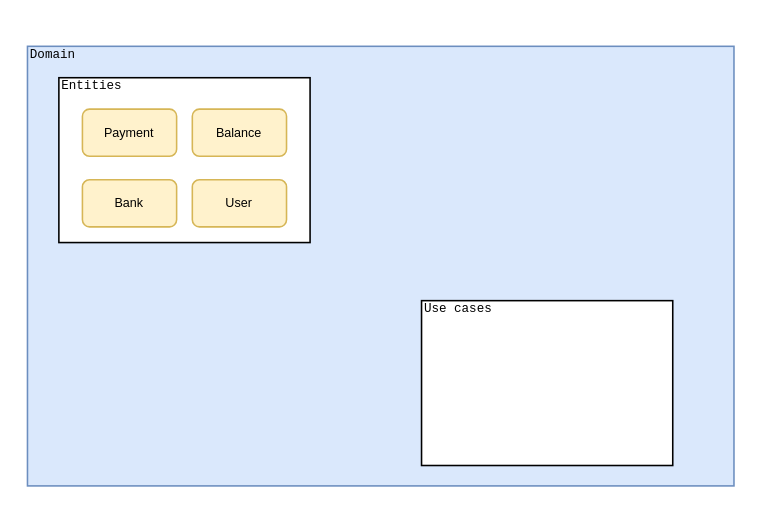
acmesquita/nookmoney keeps this draw.io diagram as nookmoney.drawio. Above is the earlier version. Source tidied: cells renumbered, new cells numbered last; positions are measured from the earlier drawing's top-left corner, leaving out a move shared by most shapes. Both pictures are drawn from the tidied source at 157%, with x=0, y=0 at pixel (27, 46).
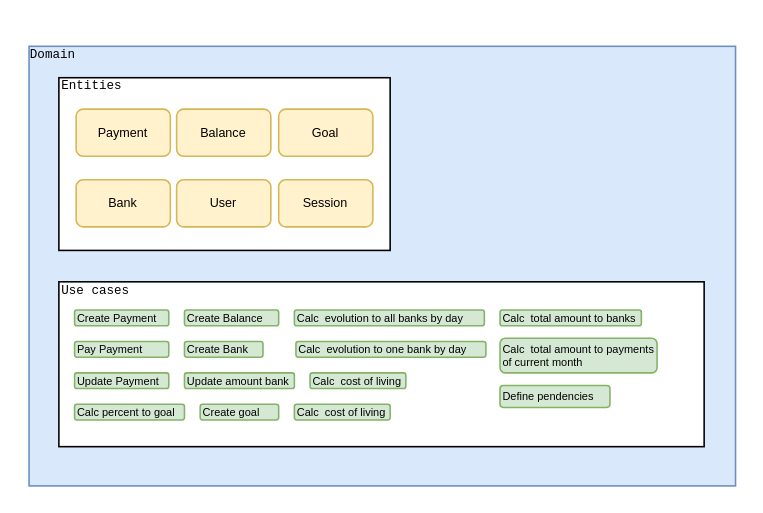
The same page after the edit.

Commit message:
update use cases

What changed in the source:
```diff
@@
     <mxCell id="2" value="&lt;pre style=&quot;line-height: 0%;&quot;&gt;&lt;br&gt;&lt;/pre&gt;&lt;pre style=&quot;line-height: 0%;&quot;&gt;&lt;br&gt;&lt;/pre&gt;" style="rounded=0;whiteSpace=wrap;html=1;fillColor=#dae8fc;strokeColor=#6c8ebf;align=left;" parent="1" vertex="1">
-      <mxGeometry width="450" height="280" as="geometry" />
+      <mxGeometry x="1" width="450" height="280" as="geometry" />
     </mxCell>
     <mxCell id="3" style="rounded=0;whiteSpace=wrap;html=1;fontSize=8;" parent="1" vertex="1">
-      <mxGeometry x="20" y="20" width="160" height="105" as="geometry" />
+      <mxGeometry x="20" y="20" width="211" height="110" as="geometry" />
     </mxCell>
     <mxCell id="4" value="&lt;pre&gt;&lt;font style=&quot;font-size: 8px;&quot;&gt;Domain&lt;/font&gt;&lt;/pre&gt;" style="text;html=1;strokeColor=none;fillColor=none;align=left;verticalAlign=middle;whiteSpace=wrap;rounded=0;fontSize=11;" parent="1" vertex="1">
-      <mxGeometry width="40" height="10" as="geometry" />
+      <mxGeometry width="451" height="10" as="geometry" />
     </mxCell>
     <mxCell id="5" value="Payment" style="rounded=1;whiteSpace=wrap;html=1;fontSize=8;fillColor=#fff2cc;strokeColor=#d6b656;" parent="1" vertex="1">
-      <mxGeometry x="35" y="40" width="60" height="30" as="geometry" />
+      <mxGeometry x="31" y="40" width="60" height="30" as="geometry" />
     </mxCell>
     <mxCell id="6" value="Balance" style="rounded=1;whiteSpace=wrap;html=1;fontSize=8;fillColor=#fff2cc;strokeColor=#d6b656;" parent="1" vertex="1">
-      <mxGeometry x="105" y="40" width="60" height="30" as="geometry" />
+      <mxGeometry x="95" y="40" width="60" height="30" as="geometry" />
     </mxCell>
     <mxCell id="7" value="Bank" style="rounded=1;whiteSpace=wrap;html=1;fontSize=8;fillColor=#fff2cc;strokeColor=#d6b656;" parent="1" vertex="1">
-      <mxGeometry x="35" y="85" width="60" height="30" as="geometry" />
+      <mxGeometry x="31" y="85" width="60" height="30" as="geometry" />
     </mxCell>
     <mxCell id="8" value="User" style="rounded=1;whiteSpace=wrap;html=1;fontSize=8;fillColor=#fff2cc;strokeColor=#d6b656;" parent="1" vertex="1">
-      <mxGeometry x="105" y="85" width="60" height="30" as="geometry" />
+      <mxGeometry x="95" y="85" width="60" height="30" as="geometry" />
     </mxCell>
     <mxCell id="9" value="&lt;pre&gt;&lt;span style=&quot;font-size: 8px;&quot;&gt;Entities&lt;/span&gt;&lt;/pre&gt;" style="text;html=1;strokeColor=none;fillColor=none;align=left;verticalAlign=middle;whiteSpace=wrap;rounded=0;fontSize=11;" parent="1" vertex="1">
-      <mxGeometry x="20" y="20" width="40" height="10" as="geometry" />
+      <mxGeometry x="20" y="20" width="161" height="10" as="geometry" />
     </mxCell>
     <mxCell id="10" style="rounded=0;whiteSpace=wrap;html=1;fontSize=8;" parent="1" vertex="1">
-      <mxGeometry x="251" y="162" width="160" height="105" as="geometry" />
+      <mxGeometry x="20" y="150" width="411" height="105" as="geometry" />
     </mxCell>
     <mxCell id="11" value="&lt;pre&gt;&lt;span style=&quot;font-size: 8px;&quot;&gt;Use cases&lt;/span&gt;&lt;/pre&gt;" style="text;html=1;strokeColor=none;fillColor=none;align=left;verticalAlign=middle;whiteSpace=wrap;rounded=0;fontSize=11;" parent="1" vertex="1">
-      <mxGeometry x="251" y="162" width="160" height="10" as="geometry" />
+      <mxGeometry x="20" y="150" width="160" height="10" as="geometry" />
     </mxCell>
+    <mxCell id="12" value="&lt;font style=&quot;font-size: 7px;&quot;&gt;Create Payment&lt;/font&gt;" style="rounded=1;whiteSpace=wrap;html=1;fillColor=#d5e8d4;strokeColor=#82b366;align=left;gradientColor=none;strokeWidth=1;spacing=2;spacingTop=-3;" parent="1" vertex="1">
+      <mxGeometry x="30" y="168" width="60" height="10" as="geometry" />
+    </mxCell>
+    <mxCell id="13" value="&lt;font style=&quot;font-size: 7px;&quot;&gt;Pay Payment&lt;/font&gt;" style="rounded=1;whiteSpace=wrap;html=1;fillColor=#d5e8d4;strokeColor=#82b366;align=left;gradientColor=none;strokeWidth=1;spacing=2;spacingTop=-3;" parent="1" vertex="1">
+      <mxGeometry x="30" y="188" width="60" height="10" as="geometry" />
+    </mxCell>
+    <mxCell id="14" value="&lt;font style=&quot;font-size: 7px;&quot;&gt;Update Payment&lt;/font&gt;" style="rounded=1;whiteSpace=wrap;html=1;fillColor=#d5e8d4;strokeColor=#82b366;align=left;gradientColor=none;strokeWidth=1;spacing=2;spacingTop=-3;" parent="1" vertex="1">
+      <mxGeometry x="30" y="208" width="60" height="10" as="geometry" />
+    </mxCell>
+    <mxCell id="15" value="&lt;font style=&quot;font-size: 7px;&quot;&gt;Create Balance&lt;/font&gt;" style="rounded=1;whiteSpace=wrap;html=1;fillColor=#d5e8d4;strokeColor=#82b366;align=left;gradientColor=none;strokeWidth=1;spacing=2;spacingTop=-3;" parent="1" vertex="1">
+      <mxGeometry x="100" y="168" width="60" height="10" as="geometry" />
+    </mxCell>
+    <mxCell id="16" value="&lt;font style=&quot;font-size: 7px;&quot;&gt;Create Bank&lt;/font&gt;" style="rounded=1;whiteSpace=wrap;html=1;fillColor=#d5e8d4;strokeColor=#82b366;align=left;gradientColor=none;strokeWidth=1;spacing=2;spacingTop=-3;" parent="1" vertex="1">
+      <mxGeometry x="100" y="188" width="50" height="10" as="geometry" />
+    </mxCell>
+    <mxCell id="17" value="&lt;font style=&quot;font-size: 7px;&quot;&gt;Update amount bank&lt;/font&gt;" style="rounded=1;whiteSpace=wrap;html=1;fillColor=#d5e8d4;strokeColor=#82b366;align=left;gradientColor=none;strokeWidth=1;spacing=2;spacingTop=-3;" parent="1" vertex="1">
+      <mxGeometry x="100" y="208" width="70" height="10" as="geometry" />
+    </mxCell>
+    <mxCell id="18" value="&lt;span style=&quot;font-size: 7px;&quot;&gt;Create goal&lt;/span&gt;" style="rounded=1;whiteSpace=wrap;html=1;fillColor=#d5e8d4;strokeColor=#82b366;align=left;gradientColor=none;strokeWidth=1;spacing=2;spacingTop=-3;" parent="1" vertex="1">
+      <mxGeometry x="110" y="228" width="50" height="10" as="geometry" />
+    </mxCell>
+    <mxCell id="19" value="Session" style="rounded=1;whiteSpace=wrap;html=1;fontSize=8;fillColor=#fff2cc;strokeColor=#d6b656;" parent="1" vertex="1">
+      <mxGeometry x="160" y="85" width="60" height="30" as="geometry" />
+    </mxCell>
+    <mxCell id="20" value="Goal" style="rounded=1;whiteSpace=wrap;html=1;fontSize=8;fillColor=#fff2cc;strokeColor=#d6b656;" parent="1" vertex="1">
+      <mxGeometry x="160" y="40" width="60" height="30" as="geometry" />
+    </mxCell>
+    <mxCell id="21" value="&lt;span style=&quot;font-size: 7px;&quot;&gt;Calc percent to goal&lt;/span&gt;" style="rounded=1;whiteSpace=wrap;html=1;fillColor=#d5e8d4;strokeColor=#82b366;align=left;gradientColor=none;strokeWidth=1;spacing=2;spacingTop=-3;" parent="1" vertex="1">
+      <mxGeometry x="30" y="228" width="70" height="10" as="geometry" />
+    </mxCell>
+    <mxCell id="22" value="&lt;span style=&quot;font-size: 7px;&quot;&gt;Calc&amp;nbsp; evolution to all banks by day&lt;/span&gt;" style="rounded=1;whiteSpace=wrap;html=1;fillColor=#d5e8d4;strokeColor=#82b366;align=left;gradientColor=none;strokeWidth=1;spacing=2;spacingTop=-3;" parent="1" vertex="1">
+      <mxGeometry x="170" y="168" width="121" height="10" as="geometry" />
+    </mxCell>
+    <mxCell id="23" value="&lt;span style=&quot;font-size: 7px;&quot;&gt;Calc&amp;nbsp; evolution to one bank by day&lt;/span&gt;" style="rounded=1;whiteSpace=wrap;html=1;fillColor=#d5e8d4;strokeColor=#82b366;align=left;gradientColor=none;strokeWidth=1;spacing=2;spacingTop=-3;" parent="1" vertex="1">
+      <mxGeometry x="171" y="188" width="121" height="10" as="geometry" />
+    </mxCell>
+    <mxCell id="24" value="&lt;span style=&quot;font-size: 7px;&quot;&gt;Calc&amp;nbsp; cost of living&lt;/span&gt;" style="rounded=1;whiteSpace=wrap;html=1;fillColor=#d5e8d4;strokeColor=#82b366;align=left;gradientColor=none;strokeWidth=1;spacing=2;spacingTop=-3;" parent="1" vertex="1">
+      <mxGeometry x="180" y="208" width="61" height="10" as="geometry" />
+    </mxCell>
+    <mxCell id="25" value="&lt;span style=&quot;font-size: 7px;&quot;&gt;Calc&amp;nbsp; cost of living&lt;/span&gt;" style="rounded=1;whiteSpace=wrap;html=1;fillColor=#d5e8d4;strokeColor=#82b366;align=left;gradientColor=none;strokeWidth=1;spacing=2;spacingTop=-3;" parent="1" vertex="1">
+      <mxGeometry x="170" y="228" width="61" height="10" as="geometry" />
+    </mxCell>
+    <mxCell id="26" value="&lt;span style=&quot;font-size: 7px;&quot;&gt;Calc&amp;nbsp; total amount to banks&lt;/span&gt;" style="rounded=1;whiteSpace=wrap;html=1;fillColor=#d5e8d4;strokeColor=#82b366;align=left;gradientColor=none;strokeWidth=1;spacing=2;spacingTop=-3;" parent="1" vertex="1">
+      <mxGeometry x="301" y="168" width="90" height="10" as="geometry" />
+    </mxCell>
+    <mxCell id="27" value="&lt;p style=&quot;line-height: 50%;&quot;&gt;&lt;span style=&quot;font-size: 7px;&quot;&gt;Calc&amp;nbsp; total amount to payments of current month&lt;/span&gt;&lt;/p&gt;" style="rounded=1;whiteSpace=wrap;html=1;fillColor=#d5e8d4;strokeColor=#82b366;align=left;gradientColor=none;strokeWidth=1;spacing=2;spacingTop=-3;verticalAlign=middle;" parent="1" vertex="1">
+      <mxGeometry x="301" y="186" width="100" height="22" as="geometry" />
+    </mxCell>
+    <mxCell id="28" value="&lt;p style=&quot;line-height: 50%;&quot;&gt;&lt;span style=&quot;font-size: 7px;&quot;&gt;Define pendencies&lt;/span&gt;&lt;/p&gt;" style="rounded=1;whiteSpace=wrap;html=1;fillColor=#d5e8d4;strokeColor=#82b366;align=left;gradientColor=none;strokeWidth=1;spacing=2;spacingTop=-3;verticalAlign=middle;" parent="1" vertex="1">
+      <mxGeometry x="301" y="216" width="70" height="14" as="geometry" />
+    </mxCell>
```
